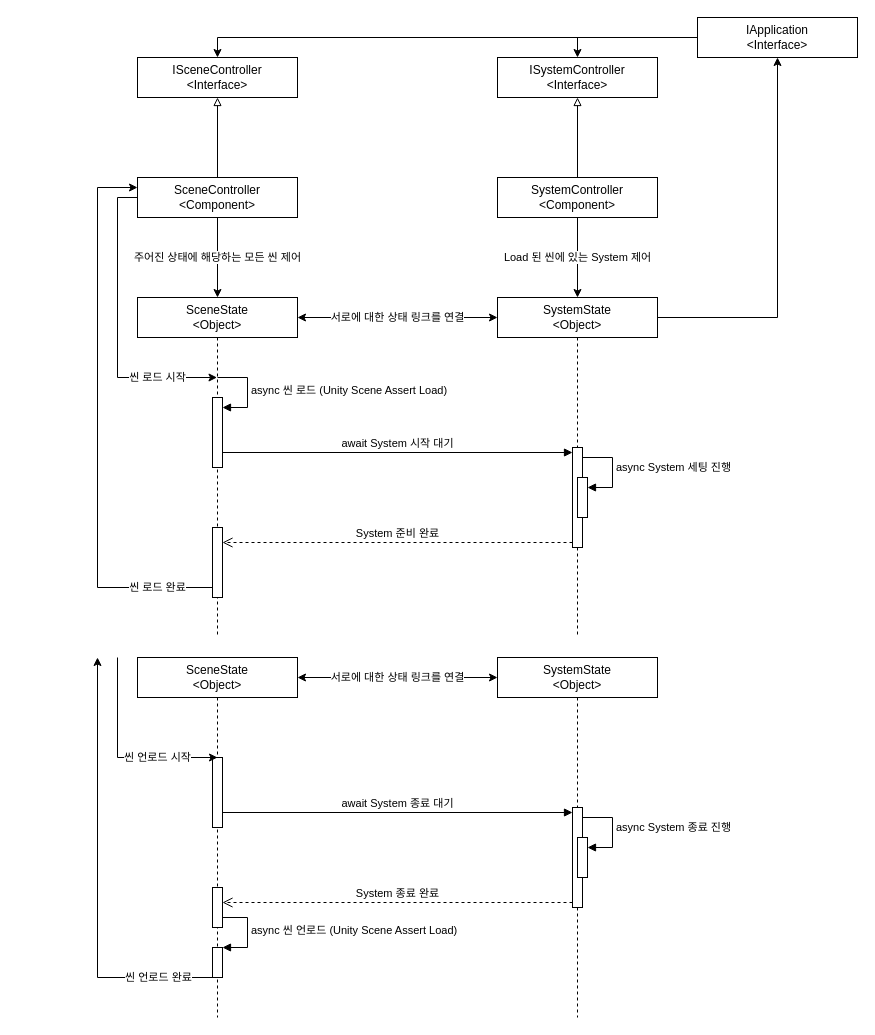
This is page "Scene/System Controller" (2 of 4) of 탈출팀 프로젝트-클라.drawio from B0ttle-Cat/Project-TF, a draw.io file, before an edit. Source tidied: cells renumbered, new cells numbered last; positions are measured from the earlier drawing's top-left corner, leaving out a move shared by most shapes. Both pictures are drawn from the tidied source at 100%, with x=0, y=0 at pixel (97, 17).
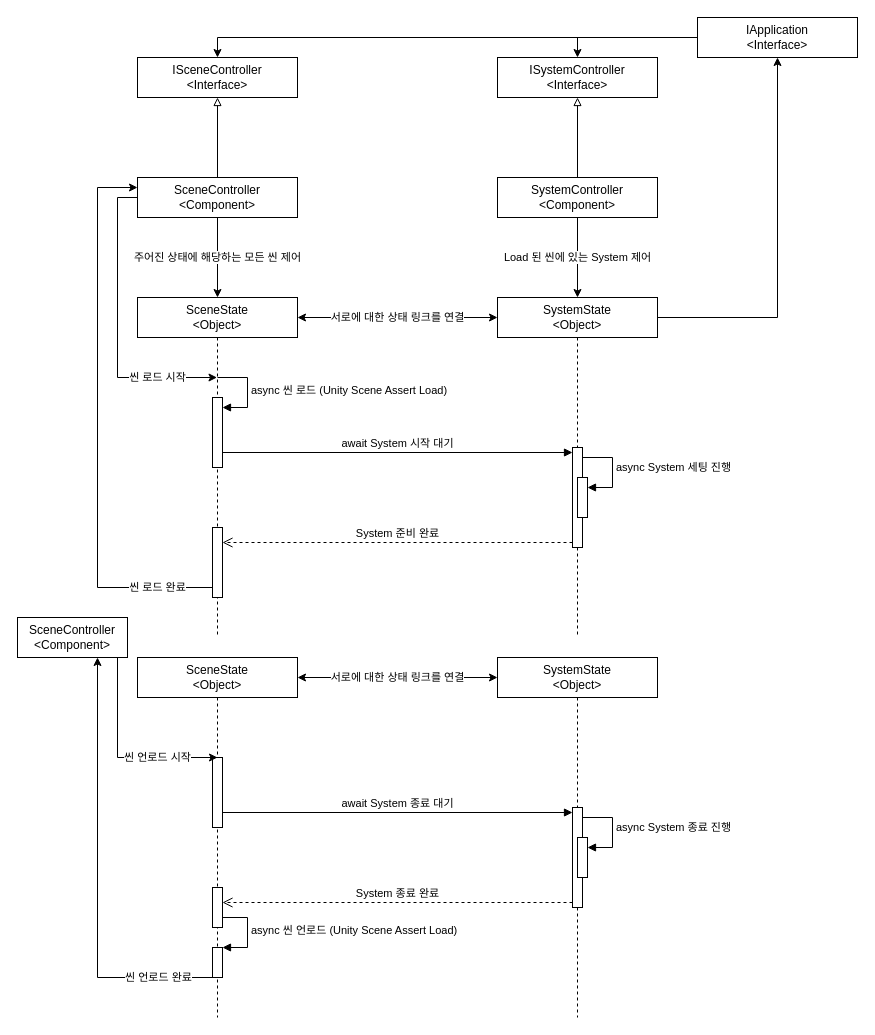
The same page after the edit.

Commit message:
UIView 관련 다이어그램 추가

Diff of the diagram source:
```diff
@@
+    <mxCell id="45" value="SceneController&lt;div&gt;&amp;lt;Component&amp;gt;&lt;/div&gt;" style="html=1;whiteSpace=wrap;" parent="1" vertex="1">
+      <mxGeometry x="-80" y="600" width="110" height="40" as="geometry" />
+    </mxCell>
```
